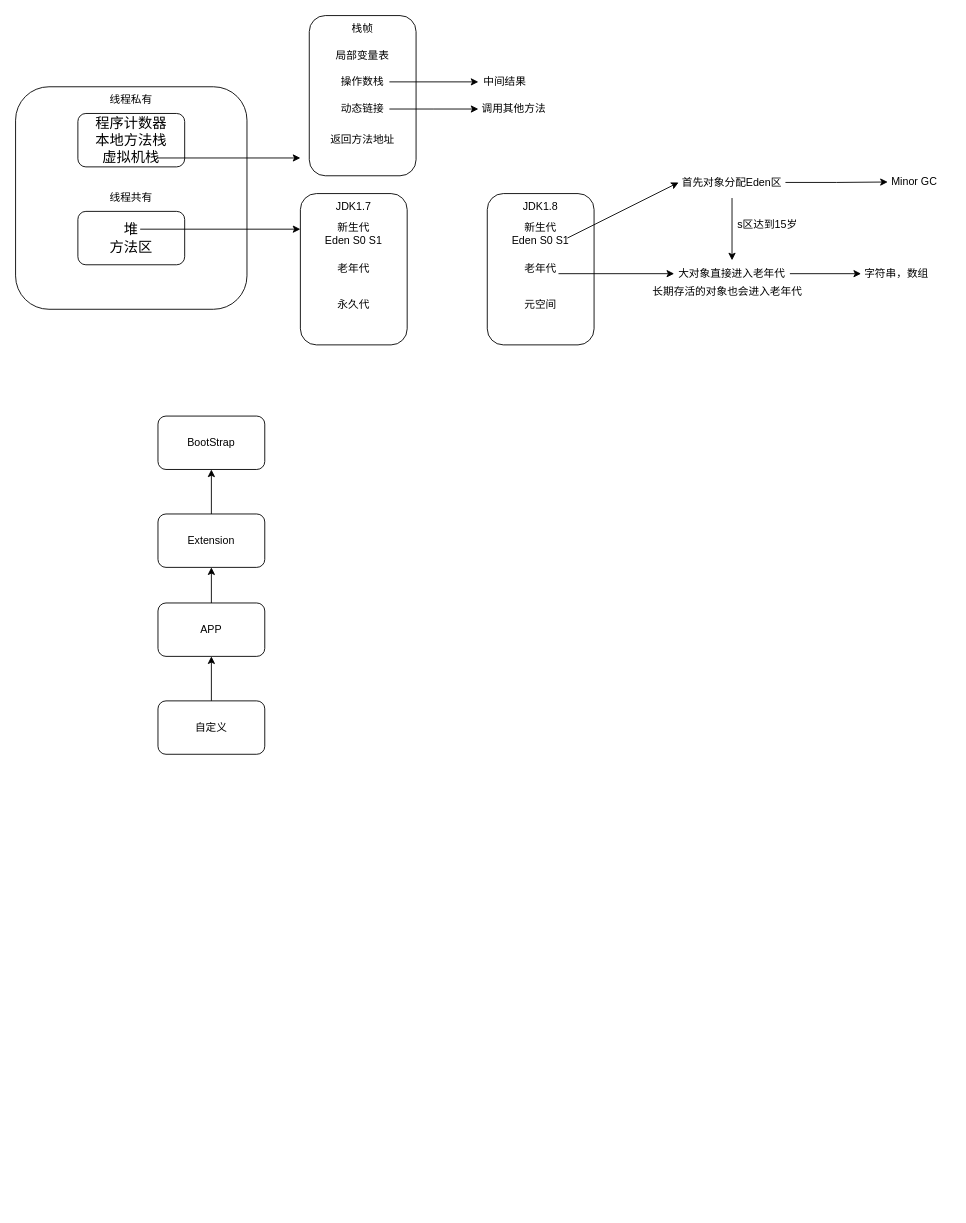
Before: JVM.drawio in 1155200424/diagrams, a draw.io diagram. Source tidied: cells renumbered, new cells numbered last; positions are measured from the earlier drawing's top-left corner, leaving out a move shared by most shapes. Both pictures are drawn from the tidied source at 89%, with x=0, y=0 at pixel (15, 15).
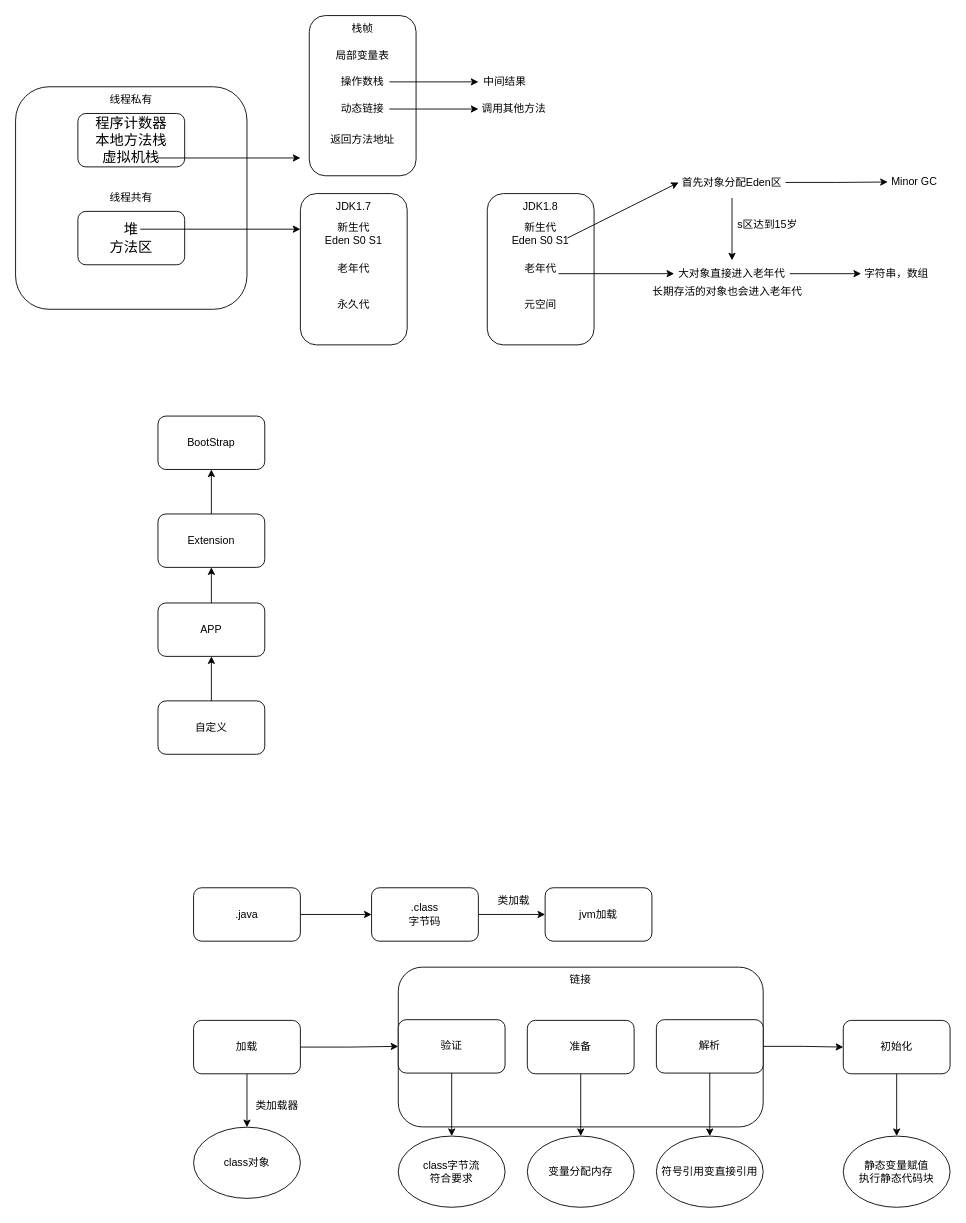
Above is the later version.

Change to the diagram source:
```diff
@@
+    <mxCell id="47" style="edgeStyle=orthogonalEdgeStyle;rounded=0;jettySize=auto;html=1;exitX=1;exitY=0.5;exitDx=0;exitDy=0;" parent="1" edge="1" source="48" target="50">
+      <mxGeometry relative="1" as="geometry" />
+    </mxCell>
+    <mxCell id="48" value=".java" style="rounded=1;whiteSpace=wrap;html=1;" parent="1" vertex="1">
+      <mxGeometry x="200" y="980" width="120" height="60" as="geometry" />
+    </mxCell>
+    <mxCell id="49" style="edgeStyle=orthogonalEdgeStyle;rounded=0;jettySize=auto;html=1;exitX=1;exitY=0.5;exitDx=0;exitDy=0;entryX=0;entryY=0.5;entryDx=0;entryDy=0;" parent="1" edge="1" source="50" target="51">
+      <mxGeometry relative="1" as="geometry" />
+    </mxCell>
+    <mxCell id="50" value=".class&lt;div&gt;字节码&lt;/div&gt;" style="rounded=1;whiteSpace=wrap;html=1;" parent="1" vertex="1">
+      <mxGeometry x="400" y="980" width="120" height="60" as="geometry" />
+    </mxCell>
+    <mxCell id="51" value="jvm加载" style="rounded=1;whiteSpace=wrap;html=1;" parent="1" vertex="1">
+      <mxGeometry x="595" y="980" width="120" height="60" as="geometry" />
+    </mxCell>
+    <mxCell id="52" value="类加载" style="text;html=1;align=center;verticalAlign=middle;whiteSpace=wrap;rounded=0;" parent="1" vertex="1">
+      <mxGeometry x="530" y="980" width="60" height="30" as="geometry" />
+    </mxCell>
+    <mxCell id="53" style="edgeStyle=orthogonalEdgeStyle;rounded=0;jettySize=auto;html=1;exitX=1;exitY=0.5;exitDx=0;exitDy=0;entryX=0;entryY=0.5;entryDx=0;entryDy=0;" parent="1" edge="1" source="55" target="58">
+      <mxGeometry relative="1" as="geometry" />
+    </mxCell>
+    <mxCell id="54" style="edgeStyle=orthogonalEdgeStyle;rounded=0;jettySize=auto;html=1;exitX=0.5;exitY=1;exitDx=0;exitDy=0;" parent="1" edge="1" source="55" target="67">
+      <mxGeometry relative="1" as="geometry" />
+    </mxCell>
+    <mxCell id="55" value="加载" style="rounded=1;whiteSpace=wrap;html=1;" parent="1" vertex="1">
+      <mxGeometry x="200" y="1129" width="120" height="60" as="geometry" />
+    </mxCell>
+    <mxCell id="56" style="rounded=1;whiteSpace=wrap;html=1;" parent="1" vertex="1">
+      <mxGeometry x="430" y="1069.2" width="410" height="179.5" as="geometry" />
+    </mxCell>
+    <mxCell id="57" style="edgeStyle=orthogonalEdgeStyle;rounded=0;jettySize=auto;html=1;exitX=0.5;exitY=1;exitDx=0;exitDy=0;" parent="1" edge="1" source="58" target="69">
+      <mxGeometry relative="1" as="geometry" />
+    </mxCell>
+    <mxCell id="58" value="验证" style="rounded=1;whiteSpace=wrap;html=1;" parent="1" vertex="1">
+      <mxGeometry x="430" y="1128.2" width="120" height="60" as="geometry" />
+    </mxCell>
+    <mxCell id="59" style="edgeStyle=orthogonalEdgeStyle;rounded=0;jettySize=auto;html=1;exitX=0.5;exitY=1;exitDx=0;exitDy=0;" parent="1" edge="1" source="60" target="70">
+      <mxGeometry relative="1" as="geometry" />
+    </mxCell>
+    <mxCell id="60" value="准备" style="rounded=1;whiteSpace=wrap;html=1;" parent="1" vertex="1">
+      <mxGeometry x="575" y="1129" width="120" height="60" as="geometry" />
+    </mxCell>
+    <mxCell id="61" style="edgeStyle=orthogonalEdgeStyle;rounded=0;jettySize=auto;html=1;exitX=1;exitY=0.5;exitDx=0;exitDy=0;" parent="1" edge="1" source="63" target="66">
+      <mxGeometry relative="1" as="geometry" />
+    </mxCell>
+    <mxCell id="62" style="edgeStyle=orthogonalEdgeStyle;rounded=0;jettySize=auto;html=1;exitX=0.5;exitY=1;exitDx=0;exitDy=0;" parent="1" edge="1" source="63" target="71">
+      <mxGeometry relative="1" as="geometry" />
+    </mxCell>
+    <mxCell id="63" value="解析" style="rounded=1;whiteSpace=wrap;html=1;" parent="1" vertex="1">
+      <mxGeometry x="720" y="1128.2" width="120" height="60" as="geometry" />
+    </mxCell>
+    <mxCell id="64" value="链接" style="text;html=1;align=center;verticalAlign=middle;whiteSpace=wrap;rounded=0;" parent="1" vertex="1">
+      <mxGeometry x="605" y="1069.2" width="60" height="30" as="geometry" />
+    </mxCell>
+    <mxCell id="65" style="edgeStyle=orthogonalEdgeStyle;rounded=0;jettySize=auto;html=1;exitX=0.5;exitY=1;exitDx=0;exitDy=0;" parent="1" edge="1" source="66" target="72">
+      <mxGeometry relative="1" as="geometry" />
+    </mxCell>
+    <mxCell id="66" value="初始化" style="rounded=1;whiteSpace=wrap;html=1;" parent="1" vertex="1">
+      <mxGeometry x="930" y="1129" width="120" height="60" as="geometry" />
+    </mxCell>
+    <mxCell id="67" value="class对象" style="ellipse;whiteSpace=wrap;html=1;" parent="1" vertex="1">
+      <mxGeometry x="200" y="1249" width="120" height="80" as="geometry" />
+    </mxCell>
+    <mxCell id="68" value="类加载器" style="text;html=1;align=center;verticalAlign=middle;whiteSpace=wrap;rounded=0;" parent="1" vertex="1">
+      <mxGeometry x="264" y="1210" width="60" height="30" as="geometry" />
+    </mxCell>
+    <mxCell id="69" value="class字节流&lt;div&gt;符合要求&lt;/div&gt;" style="ellipse;whiteSpace=wrap;html=1;" parent="1" vertex="1">
+      <mxGeometry x="430" y="1259" width="120" height="80" as="geometry" />
+    </mxCell>
+    <mxCell id="70" value="变量分配内存" style="ellipse;whiteSpace=wrap;html=1;" parent="1" vertex="1">
+      <mxGeometry x="575" y="1259" width="120" height="80" as="geometry" />
+    </mxCell>
+    <mxCell id="71" value="符号引用变直接引用" style="ellipse;whiteSpace=wrap;html=1;" parent="1" vertex="1">
+      <mxGeometry x="720" y="1259" width="120" height="80" as="geometry" />
+    </mxCell>
+    <mxCell id="72" value="静态变量赋值&lt;div&gt;执行静态代码块&lt;/div&gt;" style="ellipse;whiteSpace=wrap;html=1;" parent="1" vertex="1">
+      <mxGeometry x="930" y="1259" width="120" height="80" as="geometry" />
+    </mxCell>
```
